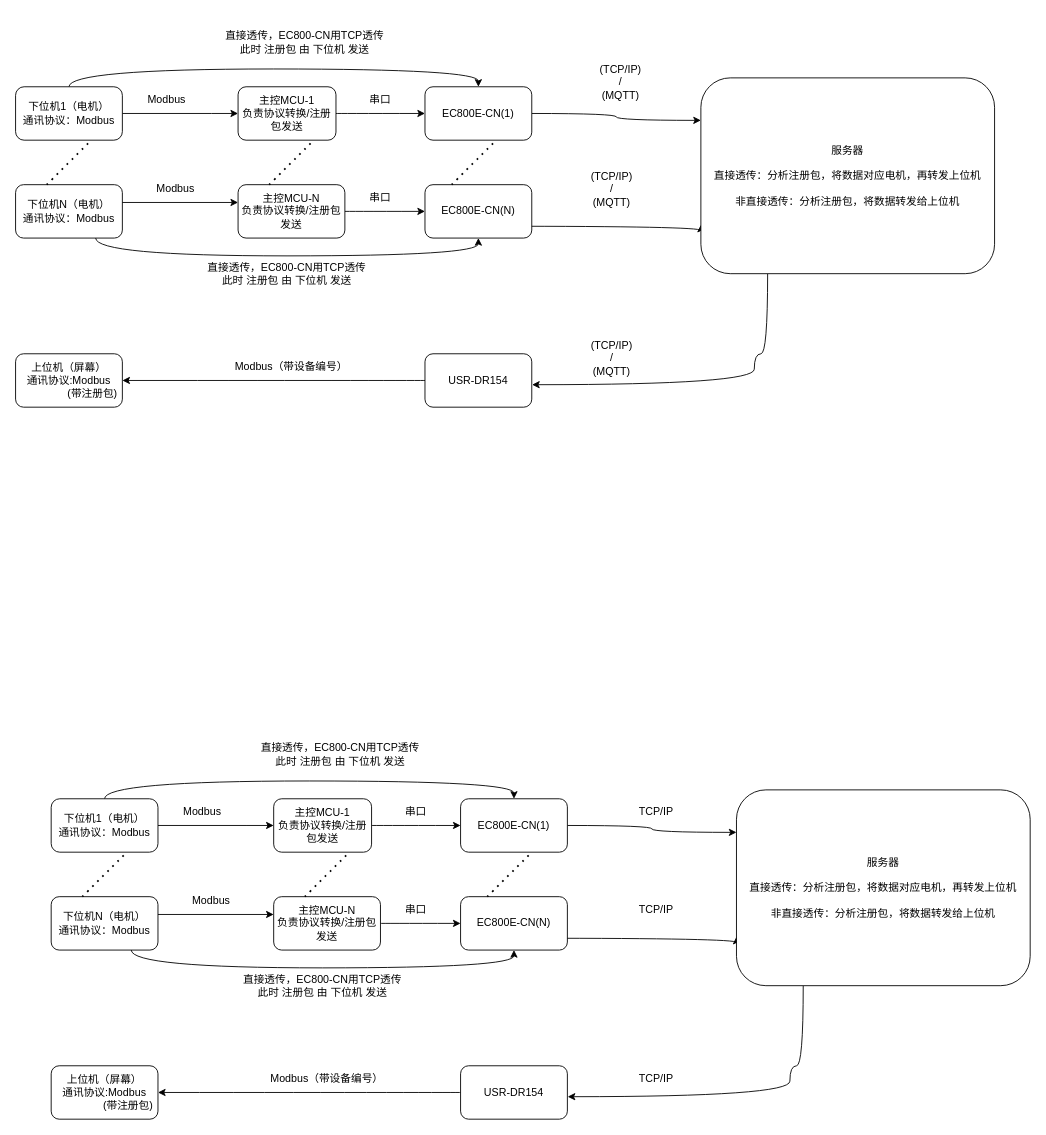
fusu19/blog-pic keeps this draw.io diagram as 未命名绘图.drawio. Above is the earlier version. Source tidied: cells renumbered, new cells numbered last; positions are measured from the earlier drawing's top-left corner, leaving out a move shared by most shapes. Both pictures are drawn from the tidied source at 89%, with x=0, y=0 at pixel (15, 15).
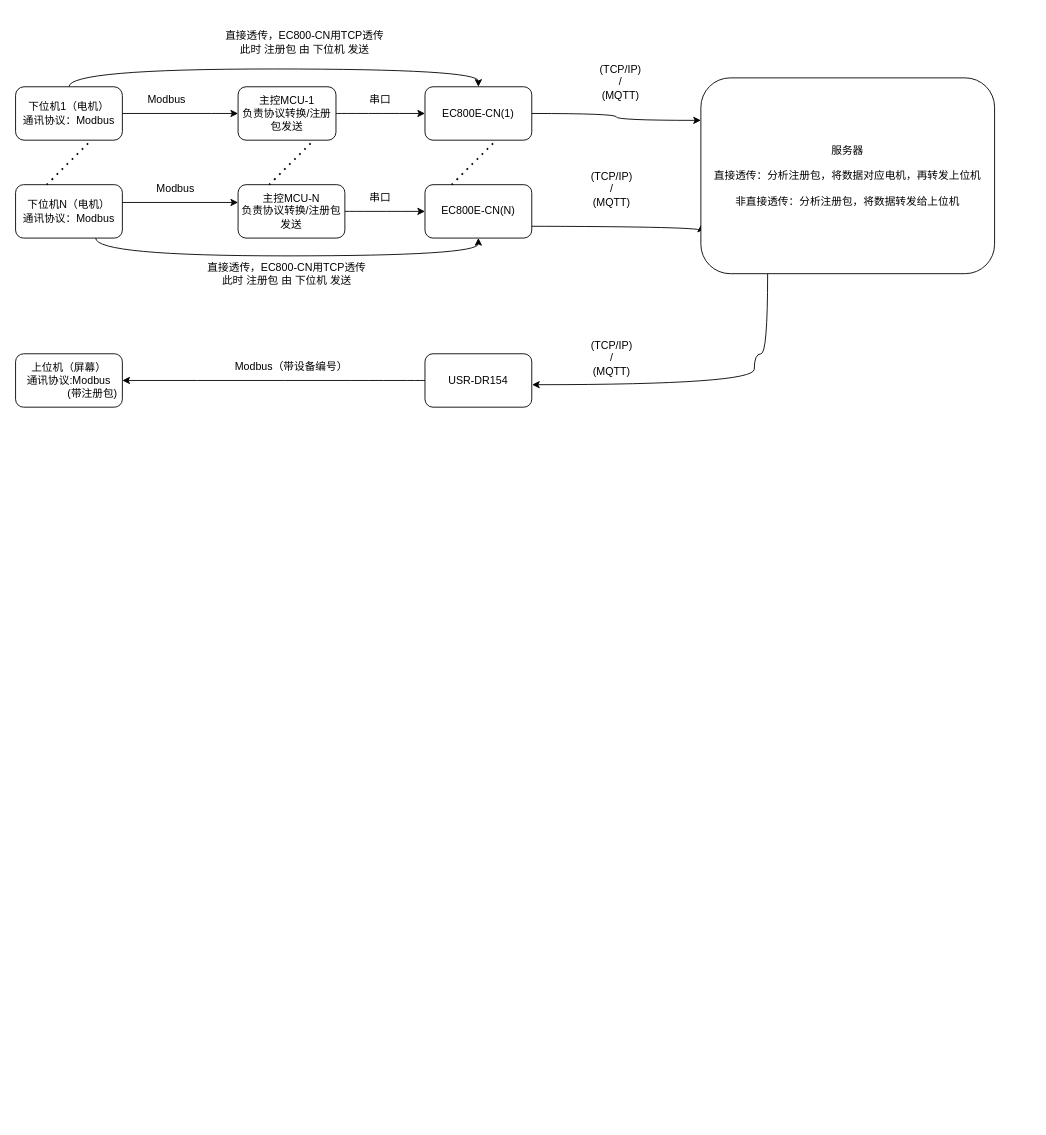
The same page after the edit.

Change to the diagram source:
```diff
@@
-    <mxCell id="32" style="edgeStyle=orthogonalEdgeStyle;rounded=0;jettySize=auto;html=1;exitX=1;exitY=0.5;exitDx=0;exitDy=0;entryX=0;entryY=0.5;entryDx=0;entryDy=0;" parent="1" edge="1" source="34" target="38">
-      <mxGeometry relative="1" as="geometry">
-        <Array as="points">
-          <mxPoint x="260" y="910" />
-          <mxPoint x="260" y="910" />
-        </Array>
-      </mxGeometry>
-    </mxCell>
-    <mxCell id="33" style="edgeStyle=orthogonalEdgeStyle;curved=1;rounded=0;jettySize=auto;html=1;exitX=0.5;exitY=0;exitDx=0;exitDy=0;" parent="1" edge="1" source="34" target="40">
-      <mxGeometry relative="1" as="geometry">
-        <Array as="points">
-          <mxPoint x="100" y="860" />
-          <mxPoint x="560" y="860" />
-        </Array>
-      </mxGeometry>
-    </mxCell>
-    <mxCell id="34" value="下位机1（电机）&lt;br&gt;通讯协议：Modbus" style="rounded=1;whiteSpace=wrap;html=1;arcSize=16;" parent="1" vertex="1">
-      <mxGeometry x="40" y="880" width="120" height="60" as="geometry" />
-    </mxCell>
-    <mxCell id="35" style="edgeStyle=orthogonalEdgeStyle;curved=1;rounded=0;jettySize=auto;html=1;exitX=0.75;exitY=1;exitDx=0;exitDy=0;entryX=0.5;entryY=1;entryDx=0;entryDy=0;" parent="1" edge="1" source="36" target="44">
-      <mxGeometry relative="1" as="geometry" />
-    </mxCell>
-    <mxCell id="36" value="下位机N（电机）&lt;br&gt;通讯协议：Modbus" style="rounded=1;whiteSpace=wrap;html=1;" parent="1" vertex="1">
-      <mxGeometry x="40" y="990" width="120" height="60" as="geometry" />
-    </mxCell>
-    <mxCell id="37" style="edgeStyle=orthogonalEdgeStyle;curved=1;rounded=0;jettySize=auto;html=1;" parent="1" edge="1" source="38" target="40">
-      <mxGeometry relative="1" as="geometry" />
-    </mxCell>
-    <mxCell id="38" value="主控MCU-1&lt;br&gt;负责协议转换/注册包发送" style="rounded=1;whiteSpace=wrap;html=1;" parent="1" vertex="1">
-      <mxGeometry x="290" y="880" width="110" height="60" as="geometry" />
-    </mxCell>
-    <mxCell id="39" style="edgeStyle=orthogonalEdgeStyle;curved=1;rounded=0;jettySize=auto;html=1;entryX=0;entryY=0.217;entryDx=0;entryDy=0;entryPerimeter=0;" parent="1" edge="1" source="40" target="52">
-      <mxGeometry relative="1" as="geometry" />
-    </mxCell>
-    <mxCell id="40" value="EC800E-CN(1)" style="rounded=1;whiteSpace=wrap;html=1;" parent="1" vertex="1">
-      <mxGeometry x="500" y="880" width="120" height="60" as="geometry" />
-    </mxCell>
-    <mxCell id="41" style="edgeStyle=orthogonalEdgeStyle;curved=1;rounded=0;jettySize=auto;html=1;" parent="1" edge="1" source="42" target="44">
-      <mxGeometry relative="1" as="geometry" />
-    </mxCell>
-    <mxCell id="42" value="主控MCU-N&lt;br&gt;负责协议转换/注册包发送" style="rounded=1;whiteSpace=wrap;html=1;" parent="1" vertex="1">
-      <mxGeometry x="290" y="990" width="120" height="60" as="geometry" />
-    </mxCell>
-    <mxCell id="43" style="edgeStyle=orthogonalEdgeStyle;curved=1;rounded=0;jettySize=auto;html=1;entryX=0;entryY=0.75;entryDx=0;entryDy=0;" parent="1" edge="1" target="52">
-      <mxGeometry relative="1" as="geometry">
-        <mxPoint x="580" y="1036.7" as="sourcePoint" />
-        <Array as="points">
-          <mxPoint x="810" y="1037" />
-        </Array>
-      </mxGeometry>
-    </mxCell>
-    <mxCell id="44" value="EC800E-CN(N)" style="rounded=1;whiteSpace=wrap;html=1;" parent="1" vertex="1">
-      <mxGeometry x="500" y="990" width="120" height="60" as="geometry" />
-    </mxCell>
-    <mxCell id="45" value="Modbus" style="text;html=1;strokeColor=none;fillColor=none;align=center;verticalAlign=middle;whiteSpace=wrap;rounded=0;" parent="1" vertex="1">
-      <mxGeometry x="180" y="880" width="60" height="30" as="geometry" />
-    </mxCell>
-    <mxCell id="46" style="rounded=0;orthogonalLoop=1;jettySize=auto;html=1;exitX=1;exitY=0.5;exitDx=0;exitDy=0;entryX=0;entryY=0.5;entryDx=0;entryDy=0;" parent="1" edge="1">
-      <mxGeometry relative="1" as="geometry">
-        <mxPoint x="160" y="1010" as="sourcePoint" />
-        <mxPoint x="290" y="1010" as="targetPoint" />
-      </mxGeometry>
-    </mxCell>
-    <mxCell id="47" value="Modbus" style="text;html=1;strokeColor=none;fillColor=none;align=center;verticalAlign=middle;whiteSpace=wrap;rounded=0;" parent="1" vertex="1">
-      <mxGeometry x="190" y="980" width="60" height="30" as="geometry" />
-    </mxCell>
-    <mxCell id="48" value="直接透传，EC800-CN用TCP透传&lt;br&gt;此时 注册包 由 下位机 发送" style="text;html=1;strokeColor=none;fillColor=none;align=center;verticalAlign=middle;whiteSpace=wrap;rounded=0;" parent="1" vertex="1">
-      <mxGeometry x="260" y="800" width="210" height="60" as="geometry" />
-    </mxCell>
-    <mxCell id="49" value="直接透传，EC800-CN用TCP透传&lt;br style=&quot;border-color: var(--border-color);&quot;&gt;此时 注册包 由 下位机 发送" style="text;html=1;strokeColor=none;fillColor=none;align=center;verticalAlign=middle;whiteSpace=wrap;rounded=0;" parent="1" vertex="1">
-      <mxGeometry x="240" y="1070" width="210" height="40" as="geometry" />
-    </mxCell>
-    <mxCell id="50" value="上位机（屏幕）&lt;br&gt;通讯协议:Modbus&lt;br&gt;&lt;span style=&quot;white-space: pre;&quot;&gt;&#9;&lt;span style=&quot;white-space: pre;&quot;&gt;&#9;&lt;/span&gt;&lt;/span&gt;(带注册包)" style="rounded=1;whiteSpace=wrap;html=1;" parent="1" vertex="1">
-      <mxGeometry x="40" y="1180" width="120" height="60" as="geometry" />
-    </mxCell>
-    <mxCell id="51" style="edgeStyle=orthogonalEdgeStyle;curved=1;rounded=0;jettySize=auto;html=1;entryX=1.003;entryY=0.579;entryDx=0;entryDy=0;entryPerimeter=0;" parent="1" edge="1" source="52" target="58">
-      <mxGeometry relative="1" as="geometry">
-        <Array as="points">
-          <mxPoint x="885" y="1180" />
-          <mxPoint x="870" y="1180" />
-          <mxPoint x="870" y="1215" />
-        </Array>
-      </mxGeometry>
-    </mxCell>
-    <mxCell id="52" value="服务器&lt;br&gt;&lt;br&gt;直接透传：分析注册包，将数据对应电机，再转发上位机&lt;br&gt;&lt;br&gt;非直接透传：分析注册包，将数据转发给上位机" style="rounded=1;whiteSpace=wrap;html=1;" parent="1" vertex="1">
-      <mxGeometry x="810" y="870" width="330" height="220" as="geometry" />
-    </mxCell>
-    <mxCell id="53" value="TCP/IP" style="text;html=1;strokeColor=none;fillColor=none;align=center;verticalAlign=middle;whiteSpace=wrap;rounded=0;" parent="1" vertex="1">
-      <mxGeometry x="690" y="880" width="60" height="30" as="geometry" />
-    </mxCell>
-    <mxCell id="54" value="TCP/IP" style="text;html=1;strokeColor=none;fillColor=none;align=center;verticalAlign=middle;whiteSpace=wrap;rounded=0;" parent="1" vertex="1">
-      <mxGeometry x="690" y="990" width="60" height="30" as="geometry" />
-    </mxCell>
-    <mxCell id="55" value="串口" style="text;html=1;strokeColor=none;fillColor=none;align=center;verticalAlign=middle;whiteSpace=wrap;rounded=0;" parent="1" vertex="1">
-      <mxGeometry x="420" y="880" width="60" height="30" as="geometry" />
-    </mxCell>
-    <mxCell id="56" value="串口" style="text;html=1;strokeColor=none;fillColor=none;align=center;verticalAlign=middle;whiteSpace=wrap;rounded=0;" parent="1" vertex="1">
-      <mxGeometry x="420" y="990" width="60" height="30" as="geometry" />
-    </mxCell>
-    <mxCell id="57" style="edgeStyle=orthogonalEdgeStyle;curved=1;rounded=0;jettySize=auto;html=1;entryX=1;entryY=0.5;entryDx=0;entryDy=0;" parent="1" edge="1" source="58" target="50">
-      <mxGeometry relative="1" as="geometry" />
-    </mxCell>
-    <mxCell id="58" value="USR-DR154" style="rounded=1;whiteSpace=wrap;html=1;" parent="1" vertex="1">
-      <mxGeometry x="500" y="1180" width="120" height="60" as="geometry" />
-    </mxCell>
-    <mxCell id="59" value="TCP/IP" style="text;html=1;strokeColor=none;fillColor=none;align=center;verticalAlign=middle;whiteSpace=wrap;rounded=0;" parent="1" vertex="1">
-      <mxGeometry x="690" y="1180" width="60" height="30" as="geometry" />
-    </mxCell>
-    <mxCell id="60" value="Modbus（带设备编号）" style="text;html=1;strokeColor=none;fillColor=none;align=center;verticalAlign=middle;whiteSpace=wrap;rounded=0;" parent="1" vertex="1">
-      <mxGeometry x="280" y="1180" width="140" height="30" as="geometry" />
-    </mxCell>
-    <mxCell id="61" style="endArrow=none;dashed=1;html=1;dashPattern=1 3;strokeWidth=2;rounded=0;curved=1;" parent="1" edge="1">
-      <mxGeometry relative="1" as="geometry">
-        <mxPoint x="75" y="990" as="sourcePoint" />
-        <mxPoint x="125" y="940" as="targetPoint" />
-      </mxGeometry>
-    </mxCell>
-    <mxCell id="62" style="endArrow=none;dashed=1;html=1;dashPattern=1 3;strokeWidth=2;rounded=0;curved=1;" parent="1" edge="1">
-      <mxGeometry relative="1" as="geometry">
-        <mxPoint x="325" y="990" as="sourcePoint" />
-        <mxPoint x="375" y="940" as="targetPoint" />
-      </mxGeometry>
-    </mxCell>
-    <mxCell id="63" style="endArrow=none;dashed=1;html=1;dashPattern=1 3;strokeWidth=2;rounded=0;curved=1;" parent="1" edge="1">
-      <mxGeometry relative="1" as="geometry">
-        <mxPoint x="530" y="990" as="sourcePoint" />
-        <mxPoint x="580" y="940" as="targetPoint" />
-      </mxGeometry>
-    </mxCell>
```
